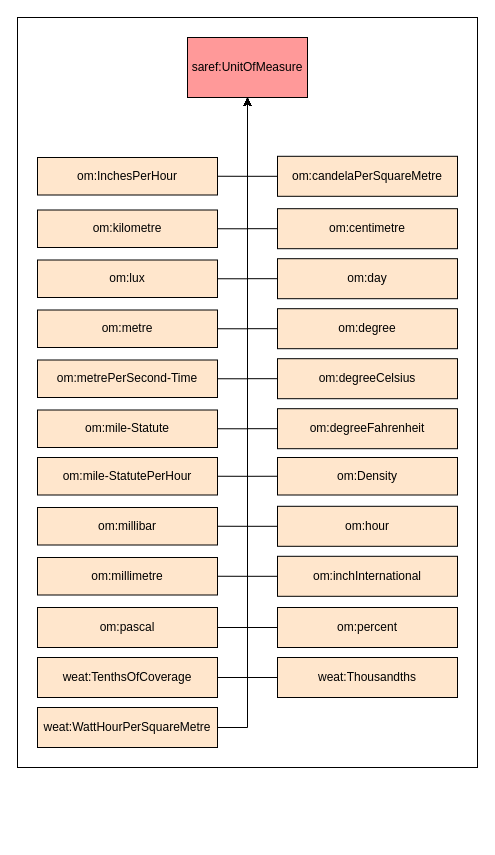
The draw.io diagram Draw.io/UnnitOfMeasure.drawio in oeg-upm/bimerr-weather, before the edit. Source tidied: cells renumbered, new cells numbered last; positions are measured from the earlier drawing's top-left corner, leaving out a move shared by most shapes. Both pictures are drawn from the tidied source at 100%, with x=0, y=0 at pixel (17, 17).
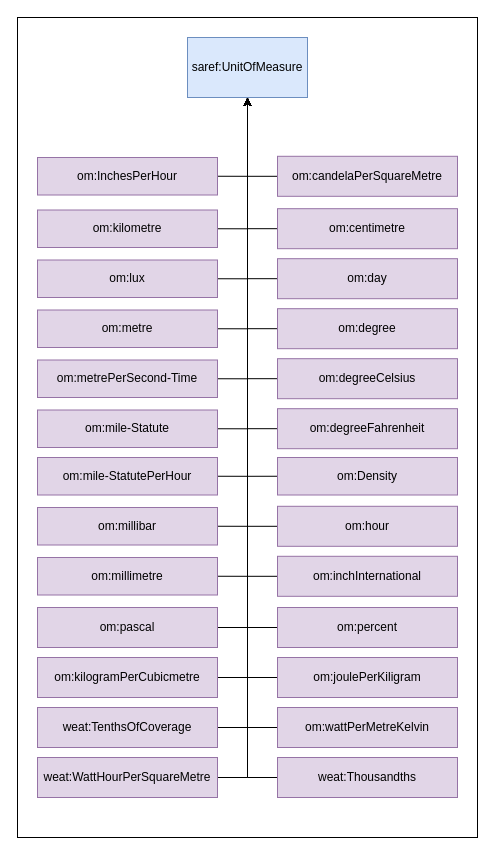
After the change.

Commit message (it also covers changes not shown here):
Added 8 lines data to ontology and diagrams

The edit, as a diff of the source:
```diff
@@
     <mxCell id="2" style="rounded=0;whiteSpace=wrap;html=1;" parent="1" vertex="1">
-      <mxGeometry width="460" height="750" as="geometry" />
+      <mxGeometry width="460" height="820" as="geometry" />
     </mxCell>
-    <mxCell id="3" value="saref:UnitOfMeasure" style="rounded=0;whiteSpace=wrap;html=1;fillColor=#FF9999;" parent="1" vertex="1">
+    <mxCell id="3" value="saref:UnitOfMeasure" style="rounded=0;whiteSpace=wrap;html=1;fillColor=#dae8fc;strokeColor=#6c8ebf;" parent="1" vertex="1">
       <mxGeometry x="170" y="20" width="120" height="60" as="geometry" />
     </mxCell>
@@
-    <mxCell id="5" value="om:Density" style="rounded=0;whiteSpace=wrap;html=1;fillColor=#FFE6CC;" parent="1" vertex="1">
+    <mxCell id="5" value="om:Density" style="rounded=0;whiteSpace=wrap;html=1;fillColor=#e1d5e7;strokeColor=#9673a6;" parent="1" vertex="1">
       <mxGeometry x="260" y="440" width="180" height="37.5" as="geometry" />
     </mxCell>
@@
-    <mxCell id="7" value="om:hour" style="rounded=0;whiteSpace=wrap;html=1;fillColor=#FFE6CC;" parent="1" vertex="1">
+    <mxCell id="7" value="om:hour" style="rounded=0;whiteSpace=wrap;html=1;fillColor=#e1d5e7;strokeColor=#9673a6;" parent="1" vertex="1">
       <mxGeometry x="260" y="488.8" width="180" height="40" as="geometry" />
     </mxCell>
@@
-    <mxCell id="9" value="om:inchInternational" style="rounded=0;whiteSpace=wrap;html=1;fillColor=#FFE6CC;" parent="1" vertex="1">
+    <mxCell id="9" value="om:inchInternational" style="rounded=0;whiteSpace=wrap;html=1;fillColor=#e1d5e7;strokeColor=#9673a6;" parent="1" vertex="1">
       <mxGeometry x="260" y="538.8" width="180" height="40" as="geometry" />
     </mxCell>
@@
-    <mxCell id="11" value="om:pascal" style="rounded=0;whiteSpace=wrap;html=1;fillColor=#FFE6CC;" parent="1" vertex="1">
+    <mxCell id="11" value="om:pascal" style="rounded=0;whiteSpace=wrap;html=1;fillColor=#e1d5e7;strokeColor=#9673a6;" parent="1" vertex="1">
       <mxGeometry x="20" y="590" width="180" height="40" as="geometry" />
     </mxCell>
@@
-    <mxCell id="13" value="weat:TenthsOfCoverage" style="rounded=0;whiteSpace=wrap;html=1;fillColor=#FFE6CC;" parent="1" vertex="1">
-      <mxGeometry x="20" y="640" width="180" height="40" as="geometry" />
+    <mxCell id="13" value="weat:TenthsOfCoverage" style="rounded=0;whiteSpace=wrap;html=1;fillColor=#e1d5e7;strokeColor=#9673a6;" parent="1" vertex="1">
+      <mxGeometry x="20" y="690" width="180" height="40" as="geometry" />
     </mxCell>
@@
-    <mxCell id="15" value="om:degreeFahrenheit" style="rounded=0;whiteSpace=wrap;html=1;fillColor=#FFE6CC;" parent="1" vertex="1">
+    <mxCell id="15" value="om:degreeFahrenheit" style="rounded=0;whiteSpace=wrap;html=1;fillColor=#e1d5e7;strokeColor=#9673a6;" parent="1" vertex="1">
       <mxGeometry x="260" y="391.2" width="180" height="40" as="geometry" />
     </mxCell>
@@
-    <mxCell id="17" value="om:percent" style="rounded=0;whiteSpace=wrap;html=1;fillColor=#FFE6CC;" parent="1" vertex="1">
+    <mxCell id="17" value="om:percent" style="rounded=0;whiteSpace=wrap;html=1;fillColor=#e1d5e7;strokeColor=#9673a6;" parent="1" vertex="1">
       <mxGeometry x="260" y="590" width="180" height="40" as="geometry" />
     </mxCell>
@@
-    <mxCell id="19" value="om:degreeCelsius" style="rounded=0;whiteSpace=wrap;html=1;fillColor=#FFE6CC;" parent="1" vertex="1">
+    <mxCell id="19" value="om:degreeCelsius" style="rounded=0;whiteSpace=wrap;html=1;fillColor=#e1d5e7;strokeColor=#9673a6;" parent="1" vertex="1">
       <mxGeometry x="260" y="341.2" width="180" height="40" as="geometry" />
     </mxCell>
@@
-    <mxCell id="21" value="om:candelaPerSquareMetre" style="rounded=0;whiteSpace=wrap;html=1;fillColor=#FFE6CC;" parent="1" vertex="1">
+    <mxCell id="21" value="om:candelaPerSquareMetre" style="rounded=0;whiteSpace=wrap;html=1;fillColor=#e1d5e7;strokeColor=#9673a6;" parent="1" vertex="1">
       <mxGeometry x="260" y="138.8" width="180" height="40" as="geometry" />
     </mxCell>
@@
-    <mxCell id="23" value="om:centimetre" style="rounded=0;whiteSpace=wrap;html=1;fillColor=#FFE6CC;" parent="1" vertex="1">
+    <mxCell id="23" value="om:centimetre" style="rounded=0;whiteSpace=wrap;html=1;fillColor=#e1d5e7;strokeColor=#9673a6;" parent="1" vertex="1">
       <mxGeometry x="260" y="191.2" width="180" height="40" as="geometry" />
     </mxCell>
@@
-    <mxCell id="25" value="om:day" style="rounded=0;whiteSpace=wrap;html=1;fillColor=#FFE6CC;" parent="1" vertex="1">
+    <mxCell id="25" value="om:day" style="rounded=0;whiteSpace=wrap;html=1;fillColor=#e1d5e7;strokeColor=#9673a6;" parent="1" vertex="1">
       <mxGeometry x="260" y="241.2" width="180" height="40" as="geometry" />
     </mxCell>
@@
-    <mxCell id="27" value="om:degree" style="rounded=0;whiteSpace=wrap;html=1;fillColor=#FFE6CC;" parent="1" vertex="1">
+    <mxCell id="27" value="om:degree" style="rounded=0;whiteSpace=wrap;html=1;fillColor=#e1d5e7;strokeColor=#9673a6;" parent="1" vertex="1">
       <mxGeometry x="260" y="291.2" width="180" height="40" as="geometry" />
     </mxCell>
@@
-    <mxCell id="29" value="om:InchesPerHour" style="rounded=0;whiteSpace=wrap;html=1;fillColor=#FFE6CC;" parent="1" vertex="1">
+    <mxCell id="29" value="om:InchesPerHour" style="rounded=0;whiteSpace=wrap;html=1;fillColor=#e1d5e7;strokeColor=#9673a6;" parent="1" vertex="1">
       <mxGeometry x="20" y="140" width="180" height="37.5" as="geometry" />
     </mxCell>
@@
-    <mxCell id="31" value="om:kilometre" style="rounded=0;whiteSpace=wrap;html=1;fillColor=#FFE6CC;" parent="1" vertex="1">
+    <mxCell id="31" value="om:kilometre" style="rounded=0;whiteSpace=wrap;html=1;fillColor=#e1d5e7;strokeColor=#9673a6;" parent="1" vertex="1">
       <mxGeometry x="20" y="192.5" width="180" height="37.5" as="geometry" />
     </mxCell>
@@
-    <mxCell id="33" value="om:lux" style="rounded=0;whiteSpace=wrap;html=1;fillColor=#FFE6CC;" parent="1" vertex="1">
+    <mxCell id="33" value="om:lux" style="rounded=0;whiteSpace=wrap;html=1;fillColor=#e1d5e7;strokeColor=#9673a6;" parent="1" vertex="1">
       <mxGeometry x="20" y="242.5" width="180" height="37.5" as="geometry" />
     </mxCell>
@@
-    <mxCell id="35" value="om:metre" style="rounded=0;whiteSpace=wrap;html=1;fillColor=#FFE6CC;" parent="1" vertex="1">
+    <mxCell id="35" value="om:metre" style="rounded=0;whiteSpace=wrap;html=1;fillColor=#e1d5e7;strokeColor=#9673a6;" parent="1" vertex="1">
       <mxGeometry x="20" y="292.5" width="180" height="37.5" as="geometry" />
     </mxCell>
@@
-    <mxCell id="37" value="om:metrePerSecond-Time" style="rounded=0;whiteSpace=wrap;html=1;fillColor=#FFE6CC;" parent="1" vertex="1">
+    <mxCell id="37" value="om:metrePerSecond-Time" style="rounded=0;whiteSpace=wrap;html=1;fillColor=#e1d5e7;strokeColor=#9673a6;" parent="1" vertex="1">
       <mxGeometry x="20" y="342.5" width="180" height="37.5" as="geometry" />
     </mxCell>
@@
-    <mxCell id="39" value="om:mile-Statute" style="rounded=0;whiteSpace=wrap;html=1;fillColor=#FFE6CC;" parent="1" vertex="1">
+    <mxCell id="39" value="om:mile-Statute" style="rounded=0;whiteSpace=wrap;html=1;fillColor=#e1d5e7;strokeColor=#9673a6;" parent="1" vertex="1">
       <mxGeometry x="20" y="392.5" width="180" height="37.5" as="geometry" />
     </mxCell>
@@
-    <mxCell id="41" value="om:mile-StatutePerHour" style="rounded=0;whiteSpace=wrap;html=1;fillColor=#FFE6CC;" parent="1" vertex="1">
+    <mxCell id="41" value="om:mile-StatutePerHour" style="rounded=0;whiteSpace=wrap;html=1;fillColor=#e1d5e7;strokeColor=#9673a6;" parent="1" vertex="1">
       <mxGeometry x="20" y="440" width="180" height="37.5" as="geometry" />
     </mxCell>
@@
-    <mxCell id="43" value="om:millibar" style="rounded=0;whiteSpace=wrap;html=1;fillColor=#FFE6CC;" parent="1" vertex="1">
+    <mxCell id="43" value="om:millibar" style="rounded=0;whiteSpace=wrap;html=1;fillColor=#e1d5e7;strokeColor=#9673a6;" parent="1" vertex="1">
       <mxGeometry x="20" y="490" width="180" height="37.5" as="geometry" />
     </mxCell>
@@
-    <mxCell id="45" value="om:millimetre" style="rounded=0;whiteSpace=wrap;html=1;fillColor=#FFE6CC;" parent="1" vertex="1">
+    <mxCell id="45" value="om:millimetre" style="rounded=0;whiteSpace=wrap;html=1;fillColor=#e1d5e7;strokeColor=#9673a6;" parent="1" vertex="1">
       <mxGeometry x="20" y="540" width="180" height="37.5" as="geometry" />
     </mxCell>
@@
-    <mxCell id="47" value="weat:Thousandths" style="rounded=0;whiteSpace=wrap;html=1;fillColor=#FFE6CC;" parent="1" vertex="1">
-      <mxGeometry x="260" y="640" width="180" height="40" as="geometry" />
+    <mxCell id="47" value="weat:Thousandths" style="rounded=0;whiteSpace=wrap;html=1;fillColor=#e1d5e7;strokeColor=#9673a6;" parent="1" vertex="1">
+      <mxGeometry x="260" y="740" width="180" height="40" as="geometry" />
     </mxCell>
@@
-    <mxCell id="49" value="weat:WattHourPerSquareMetre" style="rounded=0;whiteSpace=wrap;html=1;fillColor=#FFE6CC;" parent="1" vertex="1">
-      <mxGeometry x="20" y="690" width="180" height="40" as="geometry" />
+    <mxCell id="49" value="weat:WattHourPerSquareMetre" style="rounded=0;whiteSpace=wrap;html=1;fillColor=#e1d5e7;strokeColor=#9673a6;" parent="1" vertex="1">
+      <mxGeometry x="20" y="740" width="180" height="40" as="geometry" />
     </mxCell>
+    <mxCell id="50" style="edgeStyle=orthogonalEdgeStyle;rounded=0;jettySize=auto;html=1;exitX=0;exitY=0.5;exitDx=0;exitDy=0;" parent="1" edge="1" source="51" target="3">
+      <mxGeometry relative="1" as="geometry" />
+    </mxCell>
+    <mxCell id="51" value="om:joulePerKiligram" style="rounded=0;whiteSpace=wrap;html=1;fillColor=#e1d5e7;strokeColor=#9673a6;" parent="1" vertex="1">
+      <mxGeometry x="260" y="640" width="180" height="40" as="geometry" />
+    </mxCell>
+    <mxCell id="52" style="edgeStyle=orthogonalEdgeStyle;rounded=0;jettySize=auto;html=1;exitX=0;exitY=0.5;exitDx=0;exitDy=0;" parent="1" edge="1" source="53" target="3">
+      <mxGeometry relative="1" as="geometry" />
+    </mxCell>
+    <mxCell id="53" value="om:wattPerMetreKelvin" style="rounded=0;whiteSpace=wrap;html=1;fillColor=#e1d5e7;strokeColor=#9673a6;" parent="1" vertex="1">
+      <mxGeometry x="260" y="690" width="180" height="40" as="geometry" />
+    </mxCell>
+    <mxCell id="54" style="edgeStyle=orthogonalEdgeStyle;rounded=0;jettySize=auto;html=1;exitX=1;exitY=0.5;exitDx=0;exitDy=0;" parent="1" edge="1" source="55" target="3">
+      <mxGeometry relative="1" as="geometry" />
+    </mxCell>
+    <mxCell id="55" value="om:kilogramPerCubicmetre" style="rounded=0;whiteSpace=wrap;html=1;fillColor=#e1d5e7;strokeColor=#9673a6;" parent="1" vertex="1">
+      <mxGeometry x="20" y="640" width="180" height="40" as="geometry" />
+    </mxCell>
```
